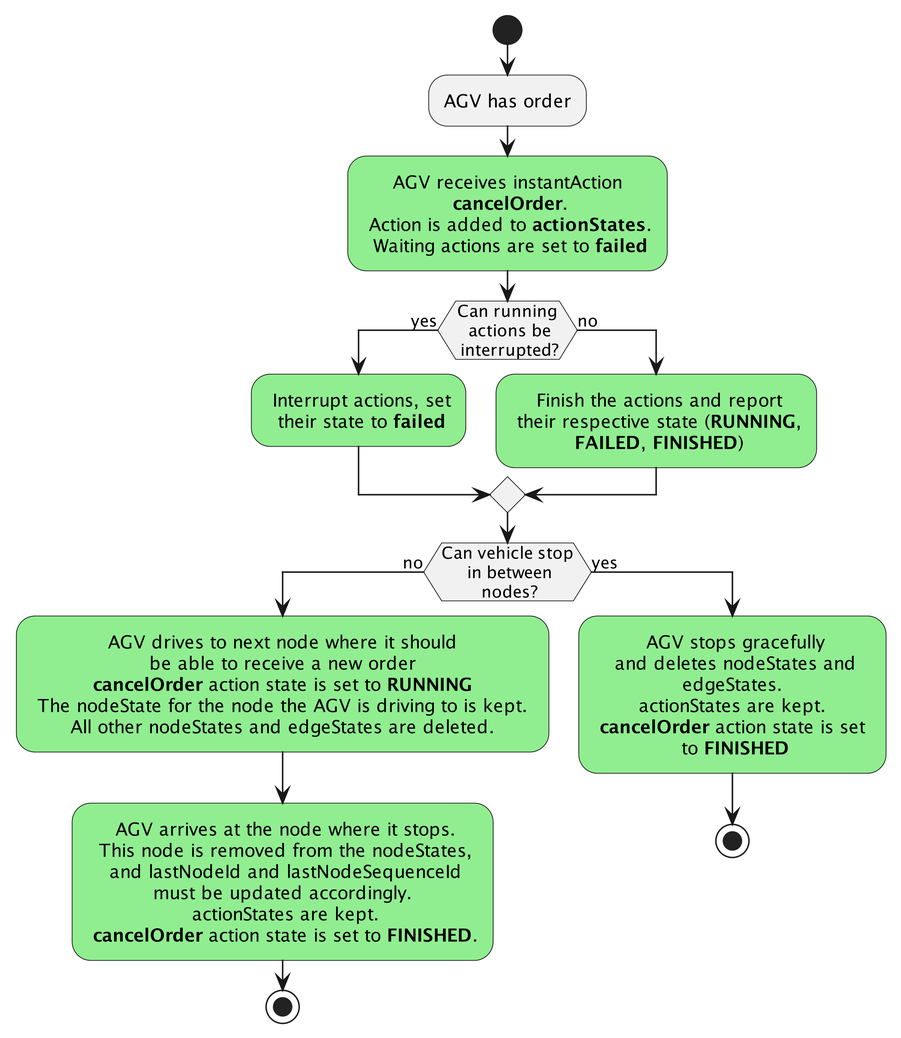
VDA5050/VDA5050 keeps this PlantUML diagram as assets/process_cancel_order.png. Above is the earlier version.
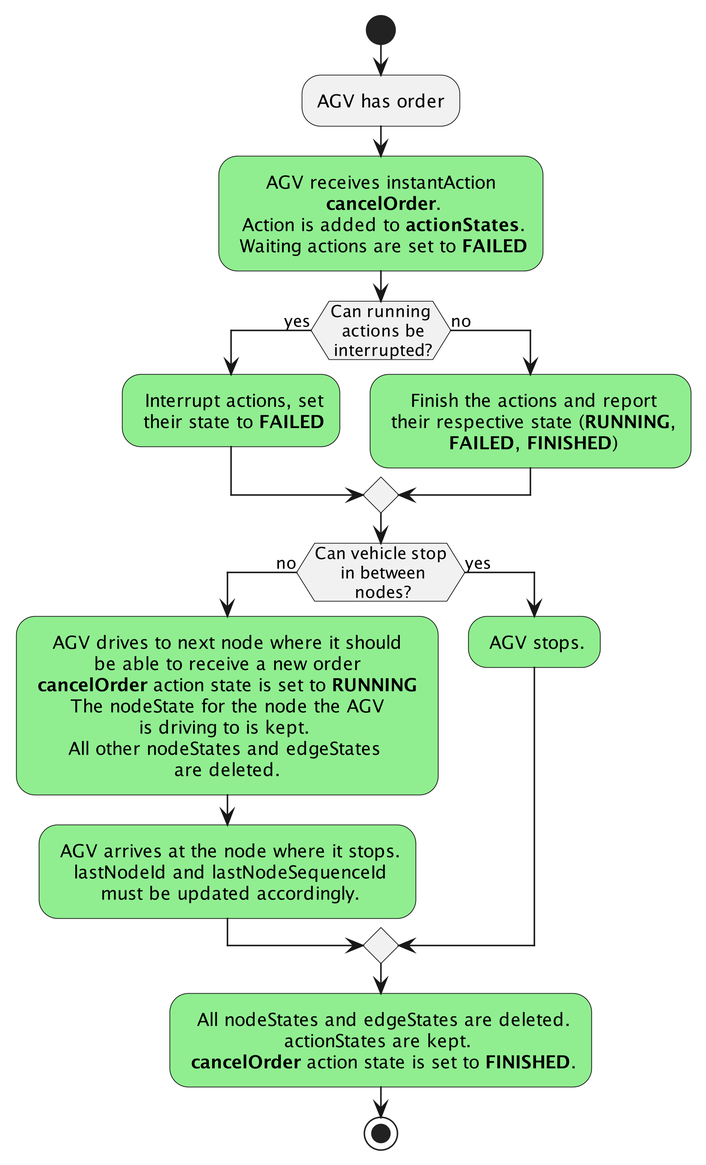
Later version of the same file.

Commit message:
updated pngs according to new uml files

Change to the diagram source:
```diff
@@ -3,17 +3,19 @@
 skinparam defaultTextAlignment center
 start
 :AGV has order;
-#lightgreen:AGV receives instantAction\n <B>cancelOrder</B>.\n Action is added to <B>actionStates</B>.\n Waiting actions are set to <B>failed</B>;
+#lightgreen:AGV receives instantAction\n <B>cancelOrder</B>.\n Action is added to <B>actionStates</B>.\n Waiting actions are set to <B>FAILED</B>;
 if (Can running\n actions be\n interrupted?) then (yes)
-    #lightgreen: Interrupt actions, set\n their state to <B>failed</B>;
+    #lightgreen: Interrupt actions, set\n their state to <B>FAILED</B>;
 else (no)
     #lightgreen: Finish the actions and report\n their respective state (<B>RUNNING</B>,\n <B>FAILED</B>, <B>FINISHED</B>);
 endif
-    if (Can vehicle stop\n in between\n nodes?) then (no)
-        #lightgreen: AGV drives to next node where it should \n be able to receive a new order \n <B>cancelOrder</B> action state is set to <B>RUNNING</B> \n The nodeState for the node the AGV is driving to is kept. \nAll other nodeStates and edgeStates are deleted.;
-        #lightgreen: AGV arrives at the node where it stops.\n This node is removed from the nodeStates,\n and lastNodeId and lastNodeSequenceId\n must be updated accordingly. \n  actionStates are kept. \n <B>cancelOrder</B> action state is set to <B>FINISHED</B>.;
-        stop
-    else (yes)
-        #lightgreen: AGV stops gracefully\n and deletes nodeStates and\n edgeStates. \n actionStates are kept. \n <B>cancelOrder</B> action state is set \n to <B>FINISHED</B>;
-    stop
+
+if (Can vehicle stop\n in between\n nodes?) then (no)
+    #lightgreen: AGV drives to next node where it should \n be able to receive a new order \n <B>cancelOrder</B> action state is set to <B>RUNNING</B> \n The nodeState for the node the AGV \nis driving to is kept. \nAll other nodeStates and edgeStates \nare deleted.;
+    #lightgreen: AGV arrives at the node where it stops.\n lastNodeId and lastNodeSequenceId\n must be updated accordingly.;
+else (yes)
+    #lightgreen: AGV stops.;
+endif
+#lightgreen: All nodeStates and edgeStates are deleted.\nactionStates are kept. \n <B>cancelOrder</B> action state is set to <B>FINISHED</B>.;
+stop
 @enduml
```
